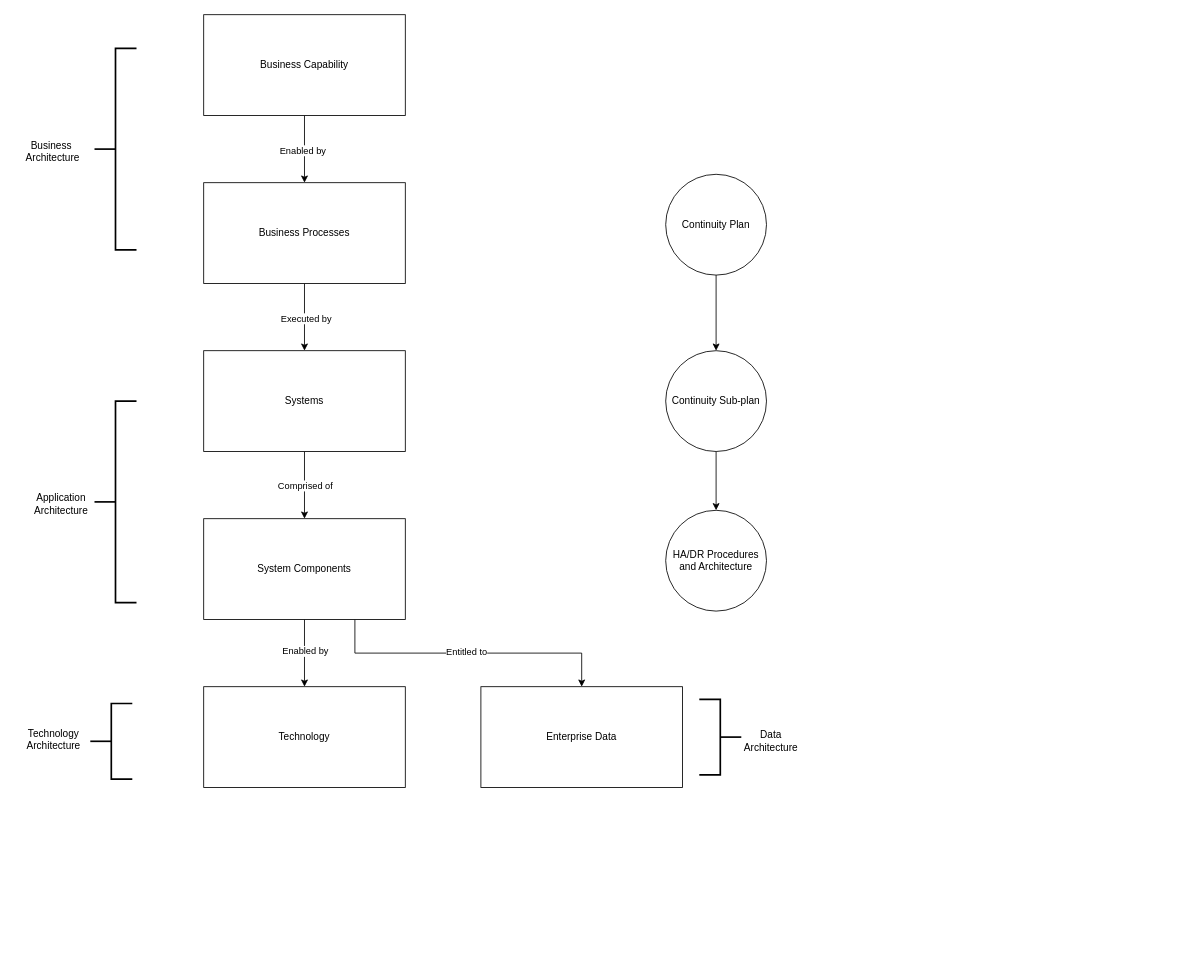
Before: page "Resiliency Program" (11 of 11) of disaster-recovery.drawio in bpayt2/temp, a draw.io diagram. Source tidied: cells renumbered, new cells numbered last; positions are measured from the earlier drawing's top-left corner, leaving out a move shared by most shapes. Both pictures are drawn from the tidied source at 84%, with x=0, y=0 at pixel (14, 14).
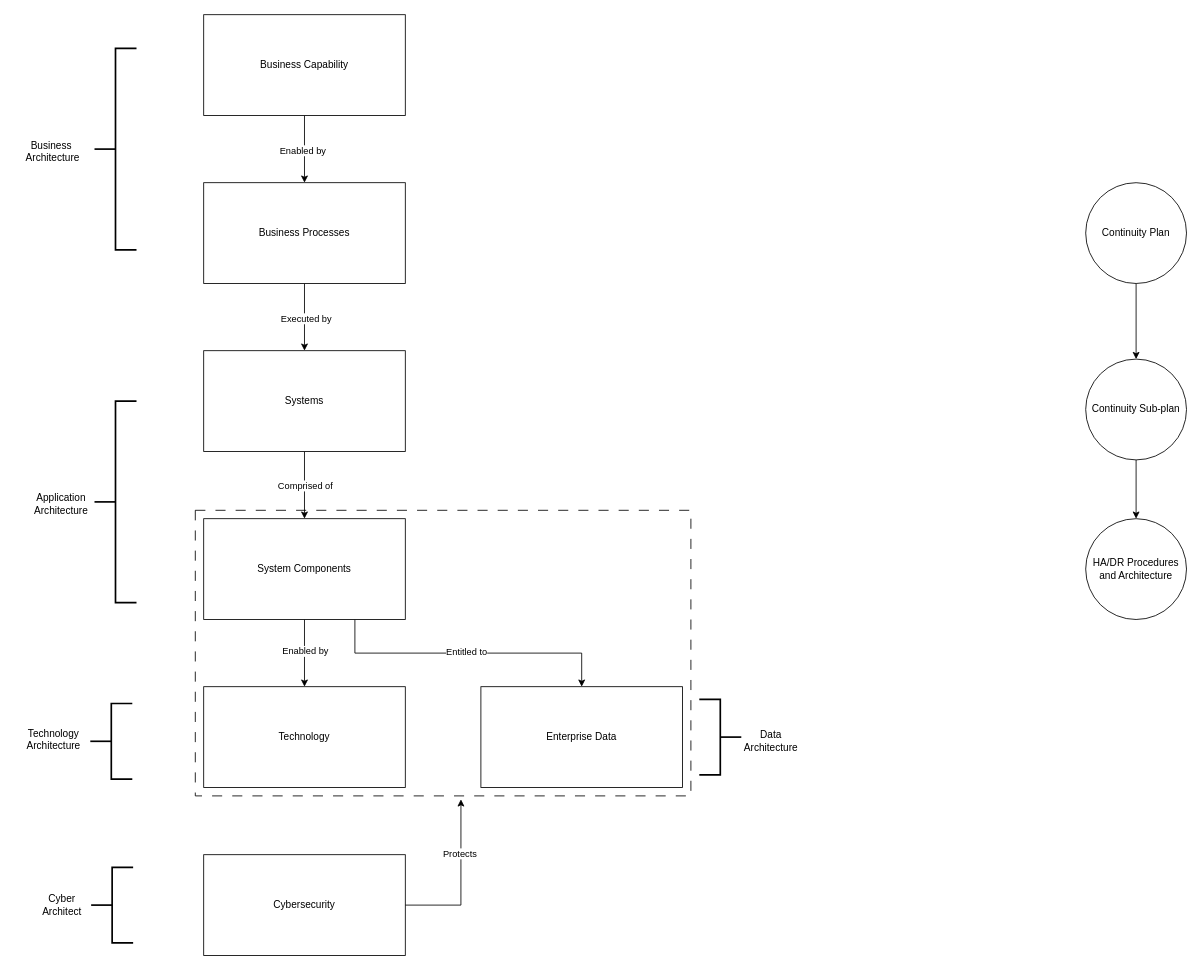
Above is the later version.

What changed in the source:
```diff
@@
+    <mxCell id="31" style="rounded=0;whiteSpace=wrap;html=1;fillColor=none;dashed=1;dashPattern=12 12;" parent="1" vertex="1">
+      <mxGeometry x="215" y="590" width="590" height="340" as="geometry" />
+    </mxCell>
@@
     <mxCell id="27" value="Continuity Plan" style="ellipse;whiteSpace=wrap;html=1;" parent="1" vertex="1">
-      <mxGeometry x="775" y="190" width="120" height="120" as="geometry" />
+      <mxGeometry x="1275" y="200" width="120" height="120" as="geometry" />
     </mxCell>
@@
     <mxCell id="29" value="Continuity Sub-plan" style="ellipse;whiteSpace=wrap;html=1;" parent="1" vertex="1">
-      <mxGeometry x="775" y="400" width="120" height="120" as="geometry" />
+      <mxGeometry x="1275" y="410" width="120" height="120" as="geometry" />
     </mxCell>
     <mxCell id="30" value="HA/DR Procedures and Architecture" style="ellipse;whiteSpace=wrap;html=1;" parent="1" vertex="1">
-      <mxGeometry x="775" y="590" width="120" height="120" as="geometry" />
+      <mxGeometry x="1275" y="600" width="120" height="120" as="geometry" />
     </mxCell>
+    <mxCell id="32" value="Cybersecurity" style="rounded=0;whiteSpace=wrap;html=1;" parent="1" vertex="1">
+      <mxGeometry x="225" y="1000" width="240" height="120" as="geometry" />
+    </mxCell>
+    <mxCell id="33" style="strokeWidth=2;html=1;shape=mxgraph.flowchart.annotation_2;align=left;labelPosition=right;rotation=0;" parent="1" vertex="1">
+      <mxGeometry x="91" y="1015" width="50" height="90" as="geometry" />
+    </mxCell>
+    <mxCell id="34" value="Cyber&lt;br&gt;Architect" style="text;html=1;align=center;verticalAlign=middle;strokeColor=none;fillColor=none;" parent="1" vertex="1">
+      <mxGeometry x="21" y="1040" width="70" height="40" as="geometry" />
+    </mxCell>
+    <mxCell id="35" style="edgeStyle=orthogonalEdgeStyle;rounded=0;jettySize=auto;html=1;exitX=1;exitY=0.5;exitDx=0;exitDy=0;entryX=0.536;entryY=1.012;entryDx=0;entryDy=0;entryPerimeter=0;" parent="1" edge="1" source="32" target="31">
+      <mxGeometry relative="1" as="geometry" />
+    </mxCell>
+    <mxCell id="36" value="Protects" style="edgeLabel;html=1;align=center;verticalAlign=middle;" parent="35" vertex="1">
+      <mxGeometry x="0.33" y="-4" relative="1" as="geometry">
+        <mxPoint x="-6" as="offset" />
+      </mxGeometry>
+    </mxCell>
```
